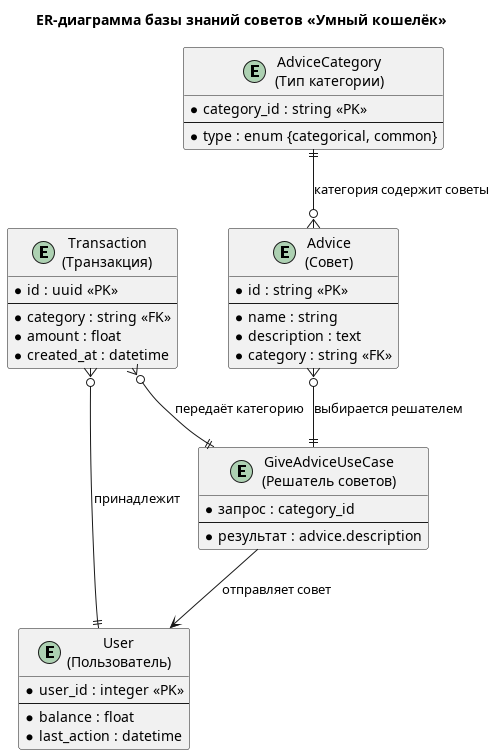
dekada314/SmartWallet keeps this PlantUML diagram as out/diagrams/er_advice/er_advice.png. Above is the earlier version.
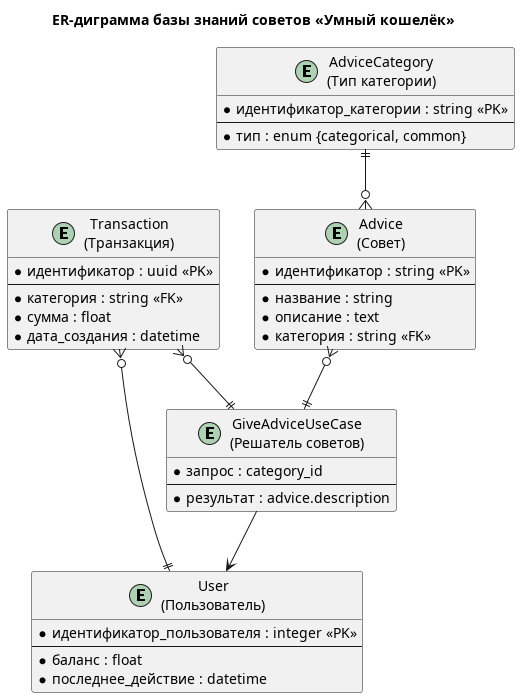
The same diagram one commit later.

What changed in the source:
```diff
@@ -2,35 +2,35 @@
 skinparam defaultFontName Arial
 skinparam backgroundColor white
 
-title ER-диаграмма базы знаний советов «Умный кошелёк»
+title ER-диграмма базы знаний советов «Умный кошелёк»
 
 entity "Advice\n(Совет)" as ADV {
-  * id : string <<PK>>
+  * идентификатор : string <<PK>>
   --
-  * name : string
-  * description : text
-  * category : string <<FK>>
+  * название : string
+  * описание : text
+  * категория : string <<FK>>
 }
 
 entity "AdviceCategory\n(Тип категории)" as ACAT {
-  * category_id : string <<PK>>
+  * идентификатор_категории : string <<PK>>
   --
-  * type : enum {categorical, common}
+  * тип : enum {categorical, common}
 }
 
 entity "Transaction\n(Транзакция)" as TX {
-  * id : uuid <<PK>>
+  * идентификатор : uuid <<PK>>
   --
-  * category : string <<FK>>
-  * amount : float
-  * created_at : datetime
+  * категория : string <<FK>>
+  * сумма : float
+  * дата_создания : datetime
 }
 
 entity "User\n(Пользователь)" as USR {
-  * user_id : integer <<PK>>
+  * идентификатор_пользователя : integer <<PK>>
   --
-  * balance : float
-  * last_action : datetime
+  * баланс : float
+  * последнее_действие : datetime
 }
 
 entity "GiveAdviceUseCase\n(Решатель советов)" as GA {
@@ -39,10 +39,10 @@
   * результат : advice.description
 }
 
-ACAT ||--o{ ADV  : "категория содержит советы"
-ADV  }o--|| GA   : "выбирается решателем"
-TX   }o--|| GA   : "передаёт категорию"
-TX   }o--|| USR  : "принадлежит"
-GA   --> USR     : "отправляет совет"
+ACAT ||--o{ ADV
+ADV }o--|| GA
+TX }o--|| GA
+TX }o--|| USR
+GA --> USR
 
 @enduml
```
